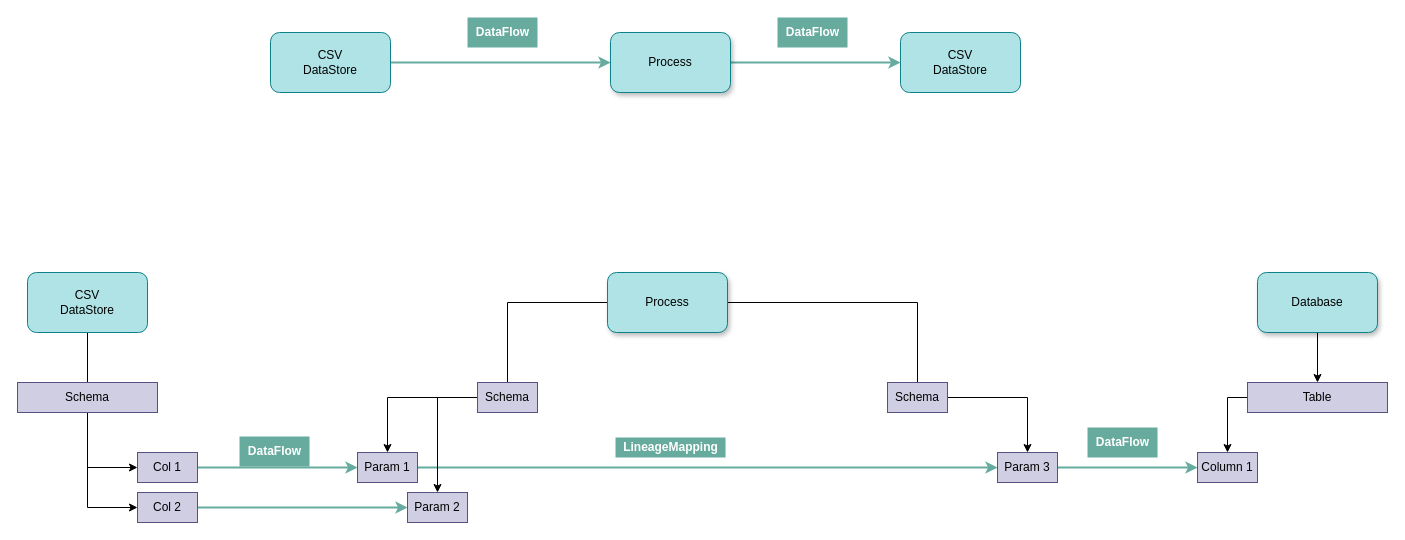
This is page "horizontal-view" (10 of 12) of site/docs/features/lineage-management/lineage.drawio from odpi/egeria-docs, a draw.io file, before an edit. Source tidied: cells renumbered, new cells numbered last; positions are measured from the earlier drawing's top-left corner, leaving out a move shared by most shapes. Both pictures are drawn from the tidied source at 100%, with x=0, y=0 at pixel (17, 17).
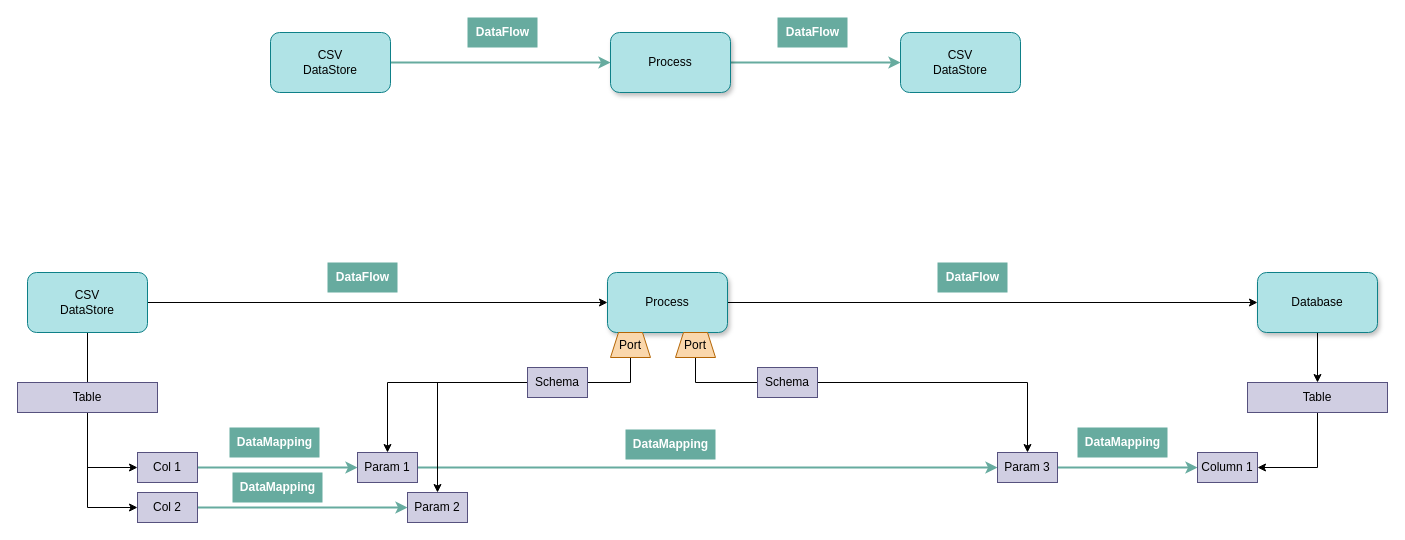
Above is the later version.

The change refers to these unchanged cells:
```xml
<mxCell id="4" value="Process" style="rounded=1;whiteSpace=wrap;html=1;fillColor=#b0e3e6;strokeColor=#0e8088;shadow=1;" parent="1" vertex="1">
  <mxGeometry x="590" y="255" width="120" height="60" as="geometry" />
</mxCell>
<mxCell id="9" value="CSV&lt;br&gt;DataStore" style="rounded=1;whiteSpace=wrap;html=1;fillColor=#b0e3e6;strokeColor=#0e8088;" parent="1" vertex="1">
  <mxGeometry x="10" y="255" width="120" height="60" as="geometry" />
</mxCell>
<mxCell id="30" value="Column 1" style="rounded=0;whiteSpace=wrap;html=1;fillColor=#d0cee2;strokeColor=#56517e;" parent="1" vertex="1">
  <mxGeometry x="1180" y="435" width="60" height="30" as="geometry" />
</mxCell>
<mxCell id="32" value="Table" style="rounded=0;whiteSpace=wrap;html=1;fillColor=#d0cee2;strokeColor=#56517e;" parent="1" vertex="1">
  <mxGeometry x="1230" y="365" width="140" height="30" as="geometry" />
</mxCell>
<mxCell id="35" value="Database" style="rounded=1;whiteSpace=wrap;html=1;fillColor=#b0e3e6;strokeColor=#0e8088;shadow=1;" parent="1" vertex="1">
  <mxGeometry x="1240" y="255" width="120" height="60" as="geometry" />
</mxCell>
```

Change to the diagram source:
```diff
@@
-    <mxCell id="2" style="edgeStyle=orthogonalEdgeStyle;rounded=0;jettySize=auto;html=1;entryX=0.5;entryY=0;entryDx=0;entryDy=0;startArrow=none;startFill=0;endArrow=none;endFill=0;strokeColor=default;" parent="1" edge="1" source="4" target="20">
+    <mxCell id="2" style="edgeStyle=orthogonalEdgeStyle;rounded=0;jettySize=auto;html=1;entryX=1;entryY=0.5;entryDx=0;entryDy=0;startArrow=none;startFill=0;endArrow=none;endFill=0;strokeColor=default;exitX=0.5;exitY=1;exitDx=0;exitDy=0;" parent="1" edge="1" source="43" target="20">
       <mxGeometry relative="1" as="geometry" />
     </mxCell>
-    <mxCell id="3" style="edgeStyle=orthogonalEdgeStyle;rounded=0;jettySize=auto;html=1;entryX=0.5;entryY=0;entryDx=0;entryDy=0;startArrow=none;startFill=0;endArrow=none;endFill=0;strokeColor=default;" parent="1" edge="1" source="4" target="22">
-      <mxGeometry relative="1" as="geometry" />
+    <mxCell id="3" style="edgeStyle=orthogonalEdgeStyle;rounded=0;jettySize=auto;html=1;entryX=0;entryY=0.5;entryDx=0;entryDy=0;startArrow=none;startFill=0;endArrow=none;endFill=0;strokeColor=default;exitX=0.5;exitY=1;exitDx=0;exitDy=0;" parent="1" edge="1" source="44" target="22">
+      <mxGeometry relative="1" as="geometry">
+        <Array as="points">
+          <mxPoint x="678" y="365" />
+        </Array>
+      </mxGeometry>
     </mxCell>
+    <mxCell id="39" style="edgeStyle=orthogonalEdgeStyle;rounded=0;jettySize=auto;html=1;exitX=1;exitY=0.5;exitDx=0;exitDy=0;entryX=0;entryY=0.5;entryDx=0;entryDy=0;" parent="1" edge="1" source="4" target="35">
+      <mxGeometry relative="1" as="geometry" />
+    </mxCell>
@@
+    <mxCell id="40" style="edgeStyle=orthogonalEdgeStyle;rounded=0;jettySize=auto;html=1;exitX=1;exitY=0.5;exitDx=0;exitDy=0;" parent="1" edge="1" source="9" target="4">
+      <mxGeometry relative="1" as="geometry" />
+    </mxCell>
@@
-    <mxCell id="12" value="Schema" style="rounded=0;whiteSpace=wrap;html=1;fillColor=#d0cee2;strokeColor=#56517e;" parent="1" vertex="1">
+    <mxCell id="12" value="Table" style="rounded=0;whiteSpace=wrap;html=1;fillColor=#d0cee2;strokeColor=#56517e;" parent="1" vertex="1">
       <mxGeometry y="365" width="140" height="30" as="geometry" />
     </mxCell>
@@
-    <mxCell id="17" value="DataFlow" style="text;html=1;align=center;verticalAlign=middle;fontStyle=1;fillColor=#67AB9F;fontColor=#FFFFFF;" parent="1" vertex="1">
-      <mxGeometry x="222" y="419" width="70" height="30" as="geometry" />
+    <mxCell id="17" value="DataMapping" style="text;html=1;align=center;verticalAlign=middle;fontStyle=1;fillColor=#67AB9F;fontColor=#FFFFFF;" parent="1" vertex="1">
+      <mxGeometry x="212" y="410" width="90" height="30" as="geometry" />
     </mxCell>
@@
     <mxCell id="20" value="Schema" style="rounded=0;whiteSpace=wrap;html=1;fillColor=#d0cee2;strokeColor=#56517e;" parent="1" vertex="1">
-      <mxGeometry x="460" y="365" width="60" height="30" as="geometry" />
+      <mxGeometry x="510" y="350" width="60" height="30" as="geometry" />
     </mxCell>
@@
     <mxCell id="22" value="Schema" style="rounded=0;whiteSpace=wrap;html=1;fillColor=#d0cee2;strokeColor=#56517e;" parent="1" vertex="1">
-      <mxGeometry x="870" y="365" width="60" height="30" as="geometry" />
+      <mxGeometry x="740" y="350" width="60" height="30" as="geometry" />
     </mxCell>
@@
-    <mxCell id="31" style="edgeStyle=orthogonalEdgeStyle;rounded=0;jettySize=auto;html=1;entryX=0.5;entryY=0;entryDx=0;entryDy=0;startArrow=none;startFill=0;endArrow=classic;endFill=1;strokeColor=default;exitX=0;exitY=0.5;exitDx=0;exitDy=0;" parent="1" edge="1" source="32" target="30">
+    <mxCell id="31" style="edgeStyle=orthogonalEdgeStyle;rounded=0;jettySize=auto;html=1;entryX=1;entryY=0.5;entryDx=0;entryDy=0;startArrow=none;startFill=0;endArrow=classic;endFill=1;strokeColor=default;exitX=0.5;exitY=1;exitDx=0;exitDy=0;" parent="1" edge="1" source="32" target="30">
       <mxGeometry relative="1" as="geometry" />
     </mxCell>
@@
-    <mxCell id="33" value="LineageMapping" style="text;html=1;align=center;verticalAlign=middle;fontStyle=1;fillColor=#67AB9F;fontColor=#FFFFFF;" parent="1" vertex="1">
-      <mxGeometry x="598" y="420" width="110" height="20" as="geometry" />
+    <mxCell id="33" value="DataMapping" style="text;html=1;align=center;verticalAlign=middle;fontStyle=1;fillColor=#67AB9F;fontColor=#FFFFFF;" parent="1" vertex="1">
+      <mxGeometry x="608" y="412" width="90" height="30" as="geometry" />
     </mxCell>
@@
-    <mxCell id="36" value="DataFlow" style="text;html=1;align=center;verticalAlign=middle;fontStyle=1;fillColor=#67AB9F;fontColor=#FFFFFF;" parent="1" vertex="1">
-      <mxGeometry x="1070" y="410" width="70" height="30" as="geometry" />
+    <mxCell id="36" value="DataMapping" style="text;html=1;align=center;verticalAlign=middle;fontStyle=1;fillColor=#67AB9F;fontColor=#FFFFFF;" parent="1" vertex="1">
+      <mxGeometry x="1060" y="410" width="90" height="30" as="geometry" />
     </mxCell>
@@
+    <mxCell id="41" value="DataFlow" style="text;html=1;align=center;verticalAlign=middle;fontStyle=1;fillColor=#67AB9F;fontColor=#FFFFFF;" parent="1" vertex="1">
+      <mxGeometry x="920" y="245" width="70" height="30" as="geometry" />
+    </mxCell>
+    <mxCell id="42" value="DataFlow" style="text;html=1;align=center;verticalAlign=middle;fontStyle=1;fillColor=#67AB9F;fontColor=#FFFFFF;" parent="1" vertex="1">
+      <mxGeometry x="310" y="245" width="70" height="30" as="geometry" />
+    </mxCell>
+    <mxCell id="43" value="Port" style="shape=trapezoid;perimeter=trapezoidPerimeter;whiteSpace=wrap;html=1;rotation=0;fillColor=#fad7ac;strokeColor=#b46504;" parent="1" vertex="1">
+      <mxGeometry x="593" y="315" width="40" height="25" as="geometry" />
+    </mxCell>
+    <mxCell id="44" value="Port" style="shape=trapezoid;perimeter=trapezoidPerimeter;whiteSpace=wrap;html=1;rotation=0;fillColor=#fad7ac;strokeColor=#b46504;" parent="1" vertex="1">
+      <mxGeometry x="658" y="315" width="40" height="25" as="geometry" />
+    </mxCell>
+    <mxCell id="45" value="DataMapping" style="text;html=1;align=center;verticalAlign=middle;fontStyle=1;fillColor=#67AB9F;fontColor=#FFFFFF;" parent="1" vertex="1">
+      <mxGeometry x="215" y="455" width="90" height="30" as="geometry" />
+    </mxCell>
```
